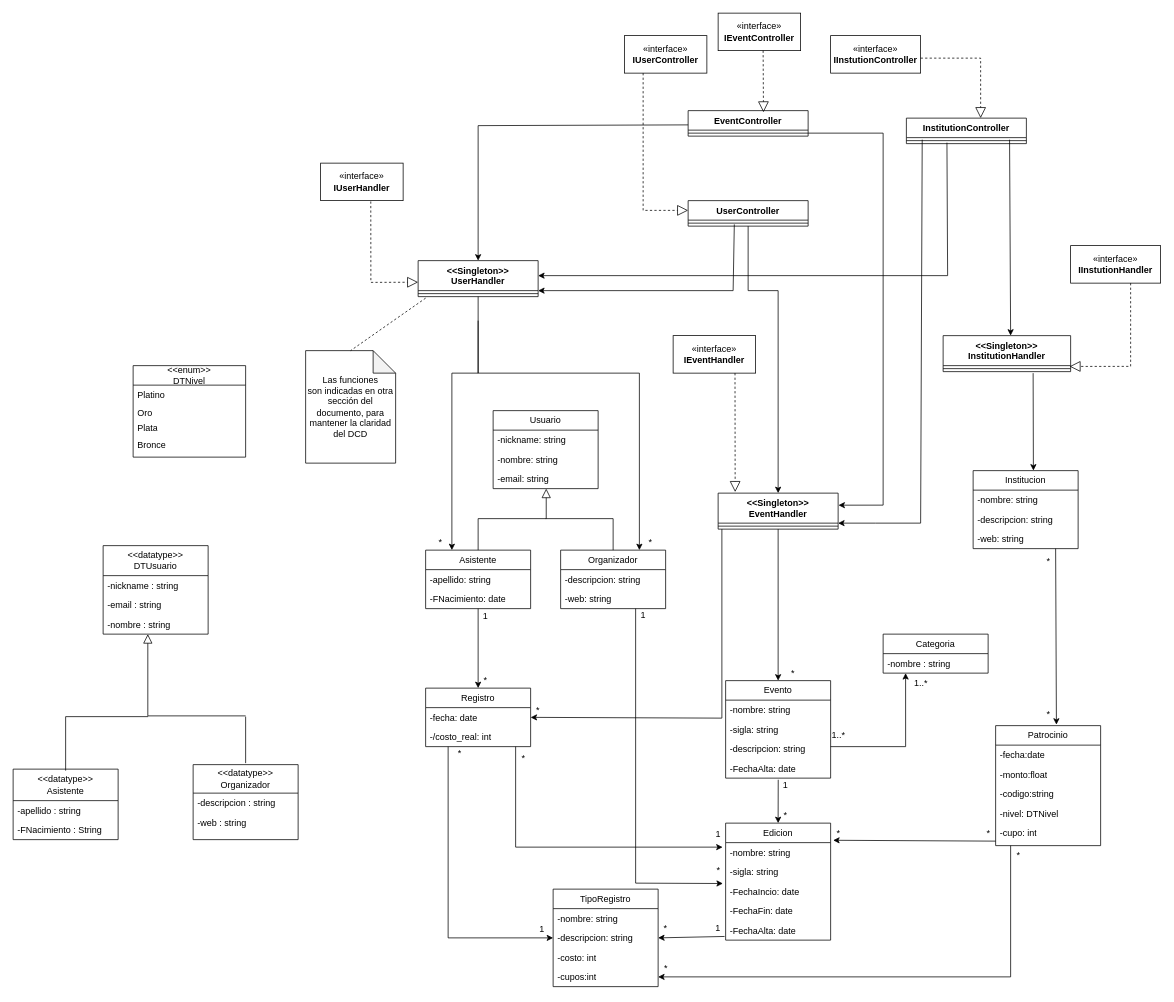
The draw.io diagram page "Diagrame de Clase" (5 of 5) of Tarea1Snapshot.drawio in franscaletti/tprog, before the edit. Source tidied: cells renumbered, new cells numbered last; positions are measured from the earlier drawing's top-left corner, leaving out a move shared by most shapes. Both pictures are drawn from the tidied source at 75%, with x=0, y=0 at pixel (13, 13).
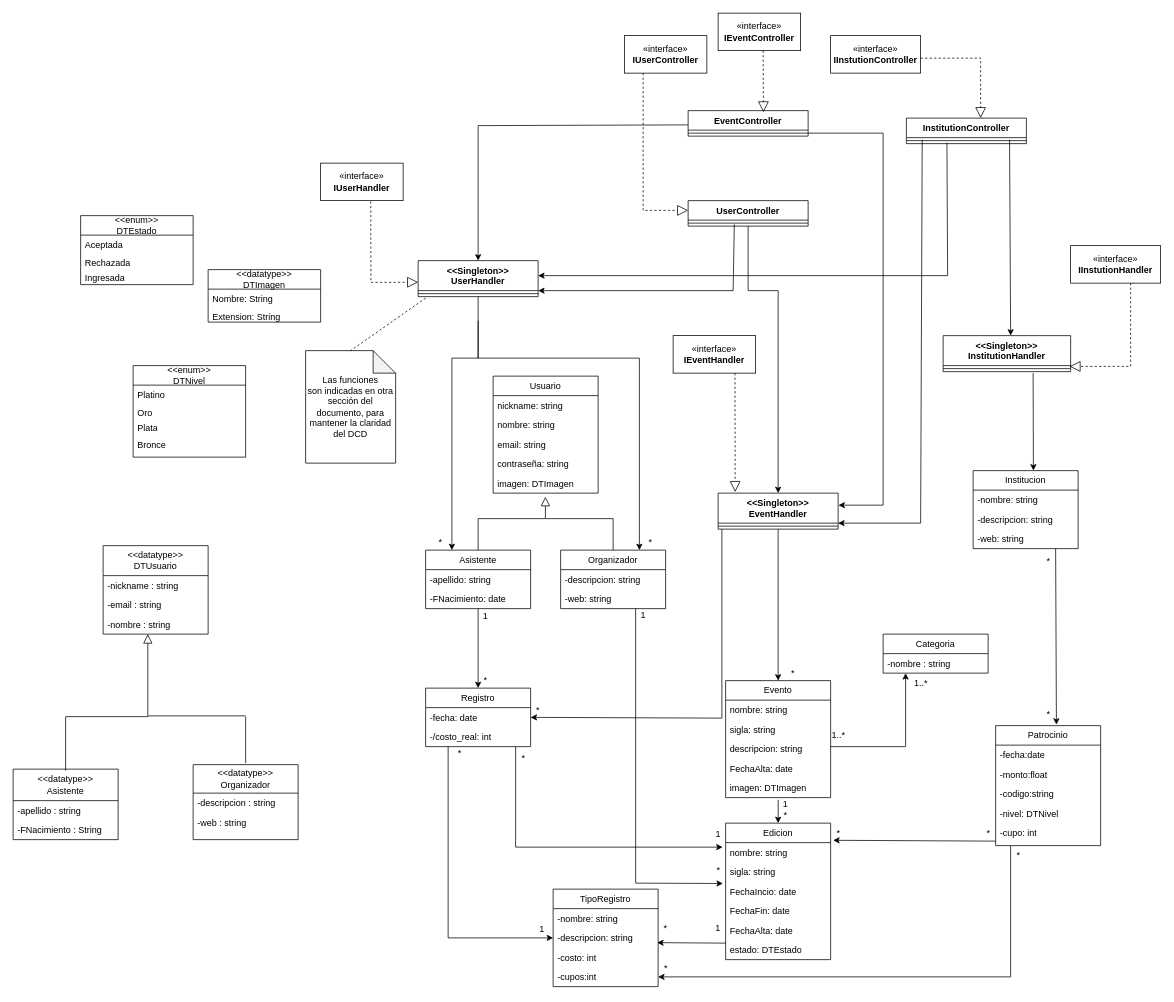
Above is the later version.

Unchanged cells that the change refers to:
```xml
<mxCell id="12" value="Asistente" style="swimlane;fontStyle=0;horizontal=1;startSize=26;fillColor=none;whiteSpace=wrap;html=1;" parent="1" vertex="1">
  <mxGeometry x="550" y="716" width="140" height="78" as="geometry" />
</mxCell>
<mxCell id="15" value="Organizador" style="swimlane;fontStyle=0;horizontal=1;startSize=26;fillColor=none;whiteSpace=wrap;html=1;" parent="1" vertex="1">
  <mxGeometry x="730" y="716" width="140" height="78" as="geometry" />
</mxCell>
<mxCell id="32" value="-descripcion: string" style="text;strokeColor=none;fillColor=none;align=left;verticalAlign=top;spacingLeft=4;spacingRight=4;overflow=hidden;points=[[0,0.5],[1,0.5]];portConstraint=eastwest;whiteSpace=wrap;html=1;" parent="30" vertex="1">
  <mxGeometry y="52" width="140" height="26" as="geometry" />
</mxCell>
<mxCell id="44" value="Patrocinio" style="swimlane;fontStyle=0;horizontal=1;startSize=26;fillColor=none;whiteSpace=wrap;html=1;" parent="1" vertex="1">
  <mxGeometry x="1310" y="950" width="140" height="160" as="geometry" />
</mxCell>
<mxCell id="88" value="&amp;lt;&amp;lt;Singleton&amp;gt;&amp;gt;&lt;div&gt;EventHandler&lt;/div&gt;" style="swimlane;fontStyle=1;align=center;verticalAlign=top;horizontal=1;startSize=40;whiteSpace=wrap;html=1;" parent="1" vertex="1">
  <mxGeometry x="940" y="640" width="160" height="48" as="geometry" />
</mxCell>
<mxCell id="90" value="&amp;lt;&amp;lt;Singleton&amp;gt;&amp;gt;&lt;div&gt;UserHandler&lt;/div&gt;" style="swimlane;fontStyle=1;align=center;verticalAlign=top;horizontal=1;startSize=40;whiteSpace=wrap;html=1;" parent="1" vertex="1">
  <mxGeometry x="540" y="330" width="160" height="48" as="geometry" />
</mxCell>
```

Change to the diagram source:
```diff
@@
-    <mxCell id="2" style="endArrow=block;endSize=10;endFill=0;shadow=0;strokeWidth=1;rounded=0;curved=0;edgeStyle=elbowEdgeStyle;elbow=vertical;exitX=0.5;exitY=0;exitDx=0;exitDy=0;" parent="1" edge="1" source="12">
+    <mxCell id="2" style="endArrow=block;endSize=10;endFill=0;shadow=0;strokeWidth=1;rounded=0;curved=0;edgeStyle=elbowEdgeStyle;elbow=vertical;exitX=0.5;exitY=0;exitDx=0;exitDy=0;entryX=0.498;entryY=1.187;entryDx=0;entryDy=0;entryPerimeter=0;" parent="1" edge="1" source="12" target="140">
       <mxGeometry relative="1" as="geometry">
-        <mxPoint x="710.8" y="634" as="targetPoint" />
         <Array as="points">
           <mxPoint x="690" y="674" />
         </Array>
       </mxGeometry>
     </mxCell>
-    <mxCell id="3" value="Usuario" style="swimlane;fontStyle=0;horizontal=1;startSize=26;fillColor=none;whiteSpace=wrap;html=1;" parent="1" vertex="1">
-      <mxGeometry x="640" y="530" width="140" height="104" as="geometry" />
-    </mxCell>
-    <mxCell id="4" value="-nickname: string&amp;nbsp;&lt;div&gt;&lt;br&gt;&lt;/div&gt;" style="text;strokeColor=none;fillColor=none;align=left;verticalAlign=top;spacingLeft=4;spacingRight=4;overflow=hidden;whiteSpace=wrap;html=1;" parent="3" vertex="1">
-      <mxGeometry y="26" width="140" height="26" as="geometry" />
-    </mxCell>
-    <mxCell id="5" value="&lt;div&gt;&lt;span style=&quot;background-color: transparent; color: light-dark(rgb(0, 0, 0), rgb(255, 255, 255));&quot;&gt;-nombre: string&lt;/span&gt;&lt;/div&gt;&lt;div&gt;&lt;span style=&quot;background-color: transparent; color: light-dark(rgb(0, 0, 0), rgb(255, 255, 255));&quot;&gt;&lt;br&gt;&lt;/span&gt;&lt;/div&gt;" style="text;strokeColor=none;fillColor=none;align=left;verticalAlign=top;spacingLeft=4;spacingRight=4;overflow=hidden;whiteSpace=wrap;html=1;" parent="3" vertex="1">
-      <mxGeometry y="52" width="140" height="26" as="geometry" />
-    </mxCell>
-    <mxCell id="6" value="-email: string" style="text;strokeColor=none;fillColor=none;align=left;verticalAlign=top;spacingLeft=4;spacingRight=4;overflow=hidden;whiteSpace=wrap;html=1;" parent="3" vertex="1">
-      <mxGeometry y="78" width="140" height="26" as="geometry" />
-    </mxCell>
@@
-    <mxCell id="16" style="endArrow=classic;html=1;rounded=0;entryX=-0.026;entryY=0.097;entryDx=0;entryDy=0;entryPerimeter=0;" parent="15" edge="1" target="27">
+    <mxCell id="16" style="endArrow=classic;html=1;rounded=0;entryX=-0.026;entryY=0.097;entryDx=0;entryDy=0;entryPerimeter=0;" parent="15" edge="1">
       <mxGeometry relative="1" as="geometry">
         <mxPoint x="100" y="78" as="sourcePoint" />
+        <mxPoint x="216.4" y="444.5" as="targetPoint" />
         <Array as="points">
           <mxPoint x="100" y="444" />
         </Array>
       </mxGeometry>
     </mxCell>
@@
-    <mxCell id="24" value="Edicion" style="swimlane;fontStyle=0;horizontal=1;startSize=26;fillColor=none;whiteSpace=wrap;html=1;" parent="1" vertex="1">
-      <mxGeometry x="950" y="1080" width="140" height="156" as="geometry" />
-    </mxCell>
-    <mxCell id="25" value="-nombre: string&amp;nbsp;&lt;div&gt;&lt;br&gt;&lt;/div&gt;" style="text;strokeColor=none;fillColor=none;align=left;verticalAlign=top;spacingLeft=4;spacingRight=4;overflow=hidden;points=[[0,0.5],[1,0.5]];portConstraint=eastwest;whiteSpace=wrap;html=1;" parent="24" vertex="1">
-      <mxGeometry y="26" width="140" height="26" as="geometry" />
-    </mxCell>
-    <mxCell id="26" value="&lt;div&gt;-sigla: string&lt;/div&gt;" style="text;strokeColor=none;fillColor=none;align=left;verticalAlign=top;spacingLeft=4;spacingRight=4;overflow=hidden;whiteSpace=wrap;html=1;" parent="24" vertex="1">
-      <mxGeometry y="52" width="140" height="26" as="geometry" />
-    </mxCell>
-    <mxCell id="27" value="&lt;div&gt;-FechaIncio: date&lt;/div&gt;" style="text;strokeColor=none;fillColor=none;align=left;verticalAlign=top;spacingLeft=4;spacingRight=4;overflow=hidden;points=[[0,0.5],[1,0.5]];portConstraint=eastwest;whiteSpace=wrap;html=1;" parent="24" vertex="1">
-      <mxGeometry y="78" width="140" height="26" as="geometry" />
-    </mxCell>
-    <mxCell id="28" value="&lt;div&gt;-FechaFin: date&lt;/div&gt;" style="text;strokeColor=none;fillColor=none;align=left;verticalAlign=top;spacingLeft=4;spacingRight=4;overflow=hidden;whiteSpace=wrap;html=1;" parent="24" vertex="1">
-      <mxGeometry y="104" width="140" height="26" as="geometry" />
-    </mxCell>
-    <mxCell id="29" value="&lt;div&gt;-FechaAlta: date&lt;/div&gt;" style="text;strokeColor=none;fillColor=none;align=left;verticalAlign=top;spacingLeft=4;spacingRight=4;overflow=hidden;points=[[0,0.5],[1,0.5]];portConstraint=eastwest;whiteSpace=wrap;html=1;" parent="24" vertex="1">
-      <mxGeometry y="130" width="140" height="26" as="geometry" />
-    </mxCell>
@@
-    <mxCell id="39" value="Evento" style="swimlane;fontStyle=0;horizontal=1;startSize=26;fillColor=none;whiteSpace=wrap;html=1;" parent="1" vertex="1">
-      <mxGeometry x="950" y="890" width="140" height="130" as="geometry" />
-    </mxCell>
-    <mxCell id="40" value="-nombre: string&amp;nbsp;&lt;div&gt;&lt;br&gt;&lt;/div&gt;" style="text;strokeColor=none;fillColor=none;align=left;verticalAlign=top;spacingLeft=4;spacingRight=4;overflow=hidden;whiteSpace=wrap;html=1;" parent="39" vertex="1">
-      <mxGeometry y="26" width="140" height="26" as="geometry" />
-    </mxCell>
-    <mxCell id="41" value="&lt;div&gt;-sigla: string&lt;/div&gt;" style="text;strokeColor=none;fillColor=none;align=left;verticalAlign=top;spacingLeft=4;spacingRight=4;overflow=hidden;whiteSpace=wrap;html=1;" parent="39" vertex="1">
-      <mxGeometry y="52" width="140" height="26" as="geometry" />
-    </mxCell>
-    <mxCell id="42" value="&lt;div&gt;-descripcion: string&lt;/div&gt;" style="text;strokeColor=none;fillColor=none;align=left;verticalAlign=top;spacingLeft=4;spacingRight=4;overflow=hidden;whiteSpace=wrap;html=1;" parent="39" vertex="1">
-      <mxGeometry y="78" width="140" height="26" as="geometry" />
-    </mxCell>
-    <mxCell id="43" value="&lt;div&gt;-FechaAlta: date&lt;/div&gt;" style="text;strokeColor=none;fillColor=none;align=left;verticalAlign=top;spacingLeft=4;spacingRight=4;overflow=hidden;points=[[0,0.5],[1,0.5]];portConstraint=eastwest;whiteSpace=wrap;html=1;" parent="39" vertex="1">
-      <mxGeometry y="104" width="140" height="26" as="geometry" />
-    </mxCell>
@@
-    <mxCell id="48" style="endArrow=classic;html=1;rounded=0;entryX=1.024;entryY=-0.12;entryDx=0;entryDy=0;entryPerimeter=0;" parent="44" edge="1" target="25">
+    <mxCell id="48" style="endArrow=classic;html=1;rounded=0;entryX=1.024;entryY=-0.12;entryDx=0;entryDy=0;entryPerimeter=0;" parent="44" edge="1">
       <mxGeometry relative="1" as="geometry">
         <mxPoint y="154" as="sourcePoint" />
+        <mxPoint x="-216.6" y="152.9" as="targetPoint" />
       </mxGeometry>
     </mxCell>
@@
     <mxCell id="54" style="endArrow=classic;html=1;rounded=0;entryX=0.25;entryY=0;entryDx=0;entryDy=0;" parent="1" edge="1" target="12">
       <mxGeometry relative="1" as="geometry">
         <mxPoint x="620" y="410" as="sourcePoint" />
         <Array as="points">
-          <mxPoint x="620" y="480" />
-          <mxPoint x="585" y="480" />
+          <mxPoint x="620" y="460" />
+          <mxPoint x="585" y="460" />
         </Array>
       </mxGeometry>
     </mxCell>
     <mxCell id="55" style="endArrow=classic;html=1;rounded=0;entryX=0.75;entryY=0;entryDx=0;entryDy=0;exitX=0.5;exitY=1;exitDx=0;exitDy=0;" parent="1" edge="1" source="90" target="15">
       <mxGeometry relative="1" as="geometry">
         <Array as="points">
-          <mxPoint x="620" y="480" />
+          <mxPoint x="620" y="460" />
+          <mxPoint x="835" y="460" />
           <mxPoint x="835" y="480" />
         </Array>
       </mxGeometry>
     </mxCell>
@@
-    <mxCell id="58" style="endArrow=classic;html=1;rounded=0;entryX=0.5;entryY=0;entryDx=0;entryDy=0;exitX=0.5;exitY=1;exitDx=0;exitDy=0;" parent="1" edge="1" source="88" target="39">
-      <mxGeometry relative="1" as="geometry" />
+    <mxCell id="58" style="endArrow=classic;html=1;rounded=0;entryX=0.5;entryY=0;entryDx=0;entryDy=0;exitX=0.5;exitY=1;exitDx=0;exitDy=0;" parent="1" edge="1" source="88">
+      <mxGeometry relative="1" as="geometry">
+        <mxPoint x="1020" y="890" as="targetPoint" />
+      </mxGeometry>
     </mxCell>
@@
-    <mxCell id="60" style="endArrow=classic;html=1;rounded=0;entryX=0.5;entryY=0;entryDx=0;entryDy=0;exitX=0.501;exitY=1.082;exitDx=0;exitDy=0;exitPerimeter=0;" parent="1" edge="1" source="43" target="24">
-      <mxGeometry relative="1" as="geometry" />
+    <mxCell id="60" style="endArrow=classic;html=1;rounded=0;entryX=0.5;entryY=0;entryDx=0;entryDy=0;exitX=0.501;exitY=1.117;exitDx=0;exitDy=0;exitPerimeter=0;" parent="1" edge="1" source="145">
+      <mxGeometry relative="1" as="geometry">
+        <mxPoint x="1020" y="1080" as="targetPoint" />
+      </mxGeometry>
     </mxCell>
@@
     <mxCell id="62" value="1" style="text;html=1;align=center;verticalAlign=middle;whiteSpace=wrap;rounded=0;" parent="1" vertex="1">
-      <mxGeometry x="1020" y="1020" width="20" height="20" as="geometry" />
+      <mxGeometry x="1020" y="1045" width="20" height="20" as="geometry" />
     </mxCell>
-    <mxCell id="63" style="endArrow=classic;html=1;rounded=0;exitX=-0.01;exitY=0.812;exitDx=0;exitDy=0;entryX=1;entryY=0.5;entryDx=0;entryDy=0;exitPerimeter=0;" parent="1" edge="1" source="29" target="32">
-      <mxGeometry relative="1" as="geometry" />
+    <mxCell id="63" style="endArrow=classic;html=1;rounded=0;entryX=0.991;entryY=0.745;entryDx=0;entryDy=0;entryPerimeter=0;" parent="1" edge="1" target="32">
+      <mxGeometry relative="1" as="geometry">
+        <mxPoint x="950" y="1240" as="sourcePoint" />
+      </mxGeometry>
     </mxCell>
@@
+    <mxCell id="3" value="Usuario" style="swimlane;fontStyle=0;horizontal=1;startSize=26;fillColor=none;whiteSpace=wrap;html=1;" parent="1" vertex="1">
+      <mxGeometry x="640" y="484" width="140" height="156" as="geometry" />
+    </mxCell>
+    <mxCell id="136" value="nickname: string&amp;nbsp;&lt;div&gt;&lt;br&gt;&lt;/div&gt;" style="text;strokeColor=none;fillColor=none;align=left;verticalAlign=top;spacingLeft=4;spacingRight=4;overflow=hidden;whiteSpace=wrap;html=1;" parent="3" vertex="1">
+      <mxGeometry y="26" width="140" height="26" as="geometry" />
+    </mxCell>
+    <mxCell id="137" value="&lt;div&gt;&lt;span style=&quot;background-color: transparent; color: light-dark(rgb(0, 0, 0), rgb(255, 255, 255));&quot;&gt;nombre: string&lt;/span&gt;&lt;/div&gt;&lt;div&gt;&lt;span style=&quot;background-color: transparent; color: light-dark(rgb(0, 0, 0), rgb(255, 255, 255));&quot;&gt;&lt;br&gt;&lt;/span&gt;&lt;/div&gt;" style="text;strokeColor=none;fillColor=none;align=left;verticalAlign=top;spacingLeft=4;spacingRight=4;overflow=hidden;whiteSpace=wrap;html=1;" parent="3" vertex="1">
+      <mxGeometry y="52" width="140" height="26" as="geometry" />
+    </mxCell>
+    <mxCell id="138" value="email: string" style="text;strokeColor=none;fillColor=none;align=left;verticalAlign=top;spacingLeft=4;spacingRight=4;overflow=hidden;whiteSpace=wrap;html=1;" parent="3" vertex="1">
+      <mxGeometry y="78" width="140" height="26" as="geometry" />
+    </mxCell>
+    <mxCell id="139" value="contraseña: string" style="text;strokeColor=none;fillColor=none;align=left;verticalAlign=top;spacingLeft=4;spacingRight=4;overflow=hidden;whiteSpace=wrap;html=1;" parent="3" vertex="1">
+      <mxGeometry y="104" width="140" height="26" as="geometry" />
+    </mxCell>
+    <mxCell id="140" value="imagen: DTImagen" style="text;strokeColor=none;fillColor=none;align=left;verticalAlign=top;spacingLeft=4;spacingRight=4;overflow=hidden;points=[[0,0.5],[1,0.5]];portConstraint=eastwest;whiteSpace=wrap;html=1;" parent="3" vertex="1">
+      <mxGeometry y="130" width="140" height="26" as="geometry" />
+    </mxCell>
+    <mxCell id="39" value="Evento" style="swimlane;fontStyle=0;horizontal=1;startSize=26;fillColor=none;whiteSpace=wrap;html=1;" parent="1" vertex="1">
+      <mxGeometry x="950" y="890" width="140" height="156" as="geometry" />
+    </mxCell>
+    <mxCell id="141" value="nombre: string&amp;nbsp;&lt;div&gt;&lt;br&gt;&lt;/div&gt;" style="text;strokeColor=none;fillColor=none;align=left;verticalAlign=top;spacingLeft=4;spacingRight=4;overflow=hidden;whiteSpace=wrap;html=1;" parent="39" vertex="1">
+      <mxGeometry y="26" width="140" height="26" as="geometry" />
+    </mxCell>
+    <mxCell id="142" value="&lt;div&gt;sigla: string&lt;/div&gt;" style="text;strokeColor=none;fillColor=none;align=left;verticalAlign=top;spacingLeft=4;spacingRight=4;overflow=hidden;whiteSpace=wrap;html=1;" parent="39" vertex="1">
+      <mxGeometry y="52" width="140" height="26" as="geometry" />
+    </mxCell>
+    <mxCell id="143" value="&lt;div&gt;descripcion: string&lt;/div&gt;" style="text;strokeColor=none;fillColor=none;align=left;verticalAlign=top;spacingLeft=4;spacingRight=4;overflow=hidden;whiteSpace=wrap;html=1;" parent="39" vertex="1">
+      <mxGeometry y="78" width="140" height="26" as="geometry" />
+    </mxCell>
+    <mxCell id="144" value="&lt;div&gt;FechaAlta: date&lt;/div&gt;" style="text;strokeColor=none;fillColor=none;align=left;verticalAlign=top;spacingLeft=4;spacingRight=4;overflow=hidden;whiteSpace=wrap;html=1;" parent="39" vertex="1">
+      <mxGeometry y="104" width="140" height="26" as="geometry" />
+    </mxCell>
+    <mxCell id="145" value="imagen: DTImagen" style="text;strokeColor=none;fillColor=none;align=left;verticalAlign=top;spacingLeft=4;spacingRight=4;overflow=hidden;points=[[0,0.5],[1,0.5]];portConstraint=eastwest;whiteSpace=wrap;html=1;" parent="39" vertex="1">
+      <mxGeometry y="130" width="140" height="26" as="geometry" />
+    </mxCell>
+    <mxCell id="24" value="Edicion" style="swimlane;fontStyle=0;horizontal=1;startSize=26;fillColor=none;whiteSpace=wrap;html=1;" parent="1" vertex="1">
+      <mxGeometry x="950" y="1080" width="140" height="182" as="geometry" />
+    </mxCell>
+    <mxCell id="146" value="nombre: string&amp;nbsp;&lt;div&gt;&lt;br&gt;&lt;/div&gt;" style="text;strokeColor=none;fillColor=none;align=left;verticalAlign=top;spacingLeft=4;spacingRight=4;overflow=hidden;whiteSpace=wrap;html=1;" parent="24" vertex="1">
+      <mxGeometry y="26" width="140" height="26" as="geometry" />
+    </mxCell>
+    <mxCell id="147" value="&lt;div&gt;sigla: string&lt;/div&gt;" style="text;strokeColor=none;fillColor=none;align=left;verticalAlign=top;spacingLeft=4;spacingRight=4;overflow=hidden;whiteSpace=wrap;html=1;" parent="24" vertex="1">
+      <mxGeometry y="52" width="140" height="26" as="geometry" />
+    </mxCell>
+    <mxCell id="148" value="&lt;div&gt;FechaIncio: date&lt;/div&gt;" style="text;strokeColor=none;fillColor=none;align=left;verticalAlign=top;spacingLeft=4;spacingRight=4;overflow=hidden;whiteSpace=wrap;html=1;" parent="24" vertex="1">
+      <mxGeometry y="78" width="140" height="26" as="geometry" />
+    </mxCell>
+    <mxCell id="149" value="&lt;div&gt;FechaFin: date&lt;/div&gt;" style="text;strokeColor=none;fillColor=none;align=left;verticalAlign=top;spacingLeft=4;spacingRight=4;overflow=hidden;whiteSpace=wrap;html=1;" parent="24" vertex="1">
+      <mxGeometry y="104" width="140" height="26" as="geometry" />
+    </mxCell>
+    <mxCell id="150" value="&lt;div&gt;FechaAlta: date&lt;/div&gt;" style="text;strokeColor=none;fillColor=none;align=left;verticalAlign=top;spacingLeft=4;spacingRight=4;overflow=hidden;whiteSpace=wrap;html=1;" parent="24" vertex="1">
+      <mxGeometry y="130" width="140" height="26" as="geometry" />
+    </mxCell>
+    <mxCell id="151" value="&lt;div&gt;estado: DTEstado&lt;/div&gt;" style="text;strokeColor=none;fillColor=none;align=left;verticalAlign=top;spacingLeft=4;spacingRight=4;overflow=hidden;whiteSpace=wrap;html=1;" parent="24" vertex="1">
+      <mxGeometry y="156" width="140" height="26" as="geometry" />
+    </mxCell>
+    <mxCell id="152" value="&amp;lt;&amp;lt;enum&amp;gt;&amp;gt;&lt;div&gt;DTEstado&lt;/div&gt;" style="swimlane;fontStyle=0;horizontal=1;startSize=26;fillColor=none;whiteSpace=wrap;html=1;" parent="1" vertex="1">
+      <mxGeometry x="90" y="270" width="150" height="92" as="geometry" />
+    </mxCell>
+    <mxCell id="153" value="Aceptada" style="text;strokeColor=none;fillColor=none;align=left;verticalAlign=top;spacingLeft=4;spacingRight=4;overflow=hidden;whiteSpace=wrap;html=1;" parent="152" vertex="1">
+      <mxGeometry y="26" width="150" height="24" as="geometry" />
+    </mxCell>
+    <mxCell id="154" value="Rechazada" style="text;strokeColor=none;fillColor=none;align=left;verticalAlign=top;spacingLeft=4;spacingRight=4;overflow=hidden;whiteSpace=wrap;html=1;" parent="152" vertex="1">
+      <mxGeometry y="50" width="150" height="20" as="geometry" />
+    </mxCell>
+    <mxCell id="155" value="Ingresada" style="text;strokeColor=none;fillColor=none;align=left;verticalAlign=top;spacingLeft=4;spacingRight=4;overflow=hidden;whiteSpace=wrap;html=1;" parent="152" vertex="1">
+      <mxGeometry y="70" width="150" height="22" as="geometry" />
+    </mxCell>
+    <mxCell id="156" value="&amp;lt;&amp;lt;datatype&amp;gt;&amp;gt;&lt;div&gt;DTImagen&lt;/div&gt;" style="swimlane;fontStyle=0;horizontal=1;startSize=26;fillColor=none;whiteSpace=wrap;html=1;" parent="1" vertex="1">
+      <mxGeometry x="260" y="342" width="150" height="70" as="geometry" />
+    </mxCell>
+    <mxCell id="157" value="Nombre: String" style="text;strokeColor=none;fillColor=none;align=left;verticalAlign=top;spacingLeft=4;spacingRight=4;overflow=hidden;whiteSpace=wrap;html=1;" parent="156" vertex="1">
+      <mxGeometry y="26" width="150" height="24" as="geometry" />
+    </mxCell>
+    <mxCell id="158" value="Extension: String" style="text;strokeColor=none;fillColor=none;align=left;verticalAlign=top;spacingLeft=4;spacingRight=4;overflow=hidden;whiteSpace=wrap;html=1;" parent="156" vertex="1">
+      <mxGeometry y="50" width="150" height="20" as="geometry" />
+    </mxCell>
```
